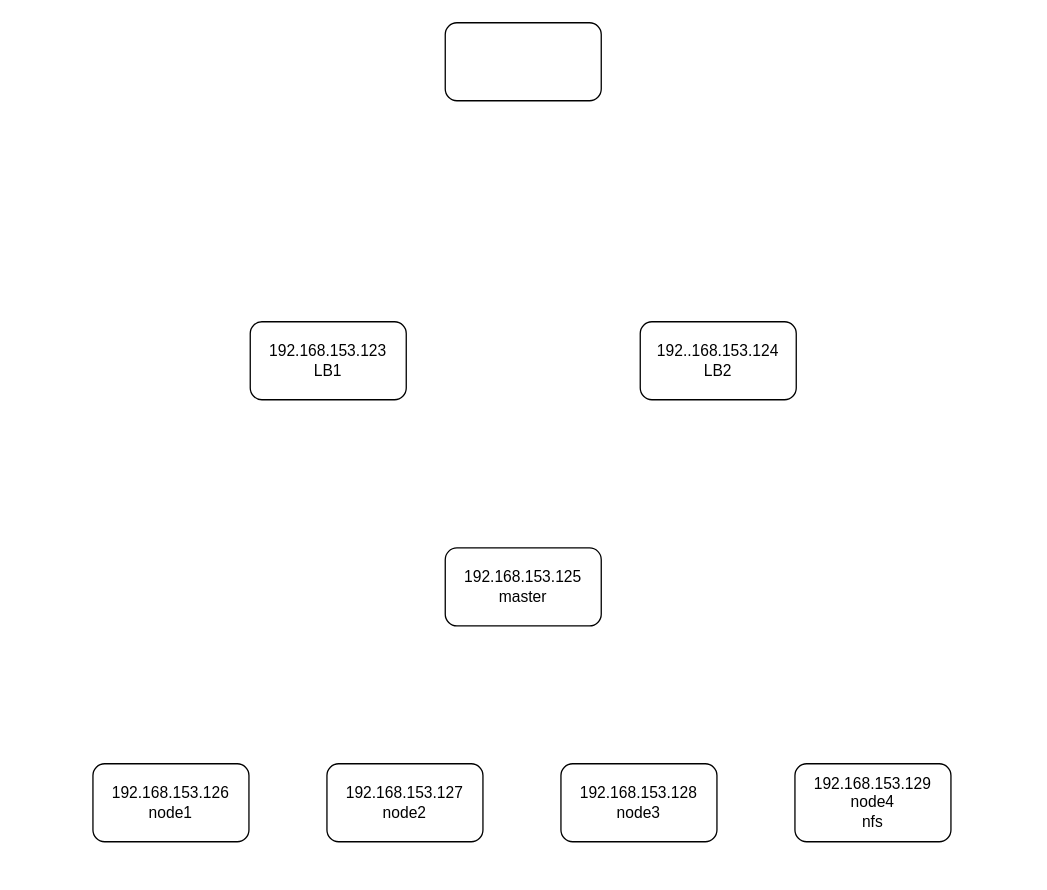
The draw.io diagram k8s+nginx+keepalived.drawio in wupei-w/diagrams, before the edit. Source tidied: cells renumbered, new cells numbered last; positions are measured from the earlier drawing's top-left corner, leaving out a move shared by most shapes. Both pictures are drawn from the tidied source at 130%, with x=0, y=0 at pixel (92, 22).
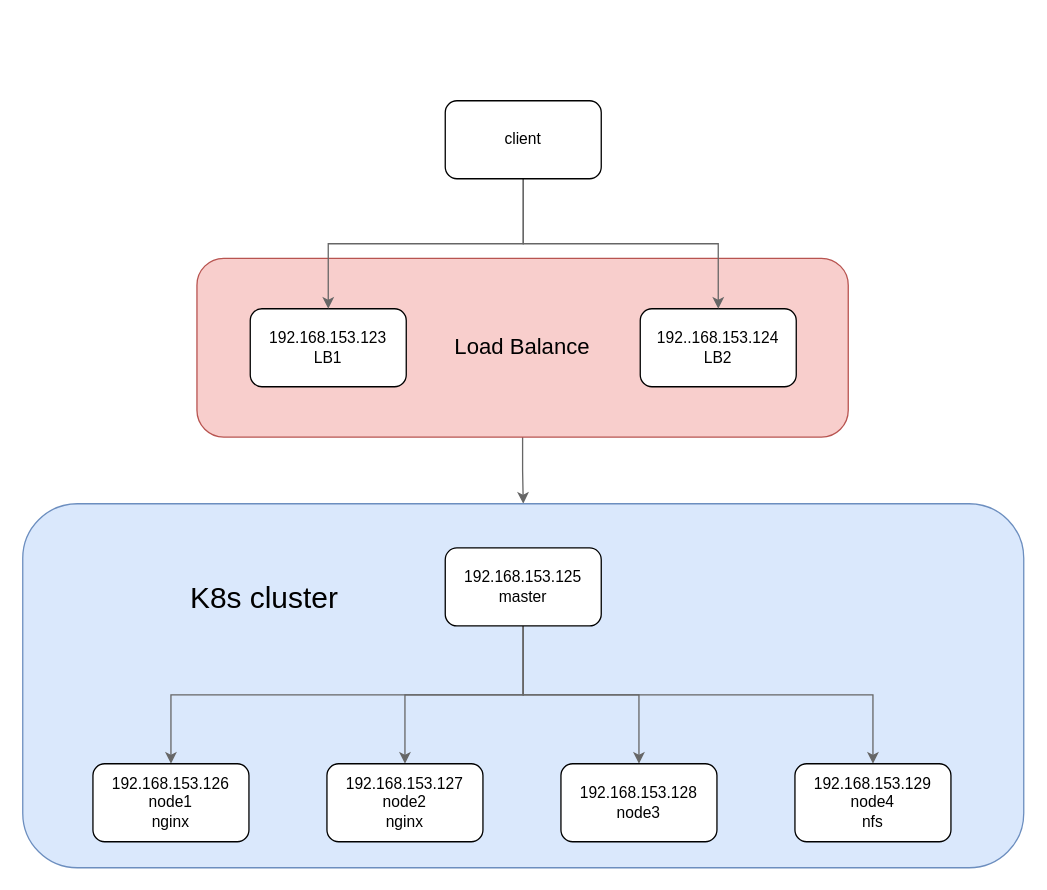
After the change.

The edit, as a diff of the source:
```diff
@@
 <mxGraphModel>
   <root>
     <mxCell id="0" />
     <mxCell id="1" parent="0" />
+    <mxCell id="10" style="edgeStyle=orthogonalEdgeStyle;rounded=0;jettySize=auto;html=1;exitX=0.5;exitY=1;exitDx=0;exitDy=0;entryX=0.5;entryY=0;entryDx=0;entryDy=0;fillColor=#f5f5f5;strokeColor=#666666;" parent="1" edge="1" source="11" target="12">
+      <mxGeometry relative="1" as="geometry" />
+    </mxCell>
+    <mxCell id="11" value="&lt;font style=&quot;font-size: 17px&quot;&gt;Load Balance&lt;/font&gt;" style="rounded=1;whiteSpace=wrap;html=1;fillColor=#f8cecc;strokeColor=#b85450;" parent="1" vertex="1">
+      <mxGeometry x="80" y="181.2" width="501" height="137.5" as="geometry" />
+    </mxCell>
+    <mxCell id="12" style="rounded=1;whiteSpace=wrap;html=1;fillColor=#dae8fc;strokeColor=#6c8ebf;" parent="1" vertex="1">
+      <mxGeometry x="-54" y="370" width="770" height="280" as="geometry" />
+    </mxCell>
+    <mxCell id="13" style="edgeStyle=orthogonalEdgeStyle;rounded=0;jettySize=auto;html=1;exitX=0.5;exitY=1;exitDx=0;exitDy=0;entryX=0.5;entryY=0;entryDx=0;entryDy=0;fillColor=#f5f5f5;strokeColor=#666666;" parent="1" edge="1" source="2" target="3">
+      <mxGeometry relative="1" as="geometry" />
+    </mxCell>
+    <mxCell id="14" style="edgeStyle=orthogonalEdgeStyle;rounded=0;jettySize=auto;html=1;exitX=0.5;exitY=1;exitDx=0;exitDy=0;entryX=0.5;entryY=0;entryDx=0;entryDy=0;fillColor=#f5f5f5;strokeColor=#666666;" parent="1" edge="1" source="2" target="4">
+      <mxGeometry relative="1" as="geometry" />
+    </mxCell>
+    <mxCell id="15" style="edgeStyle=orthogonalEdgeStyle;rounded=0;jettySize=auto;html=1;exitX=0.5;exitY=1;exitDx=0;exitDy=0;entryX=0.5;entryY=0;entryDx=0;entryDy=0;fillColor=#f5f5f5;strokeColor=#666666;" parent="1" edge="1" source="2" target="5">
+      <mxGeometry relative="1" as="geometry" />
+    </mxCell>
+    <mxCell id="16" style="edgeStyle=orthogonalEdgeStyle;rounded=0;jettySize=auto;html=1;exitX=0.5;exitY=1;exitDx=0;exitDy=0;entryX=0.5;entryY=0;entryDx=0;entryDy=0;fillColor=#f5f5f5;strokeColor=#666666;" parent="1" edge="1" source="2" target="6">
+      <mxGeometry relative="1" as="geometry" />
+    </mxCell>
     <mxCell id="2" value="192.168.153.125&lt;br&gt;master" style="rounded=1;whiteSpace=wrap;html=1;" parent="1" vertex="1">
       <mxGeometry x="271" y="404" width="120" height="60" as="geometry" />
     </mxCell>
-    <mxCell id="3" value="192.168.153.126&lt;br&gt;node1" style="rounded=1;whiteSpace=wrap;html=1;" parent="1" vertex="1">
+    <mxCell id="3" value="192.168.153.126&lt;br&gt;node1&lt;br&gt;nginx" style="rounded=1;whiteSpace=wrap;html=1;" parent="1" vertex="1">
       <mxGeometry y="570" width="120" height="60" as="geometry" />
     </mxCell>
-    <mxCell id="4" value="192.168.153.127&lt;br&gt;node2" style="rounded=1;whiteSpace=wrap;html=1;" parent="1" vertex="1">
+    <mxCell id="4" value="192.168.153.127&lt;br&gt;node2&lt;br&gt;nginx" style="rounded=1;whiteSpace=wrap;html=1;" parent="1" vertex="1">
       <mxGeometry x="180" y="570" width="120" height="60" as="geometry" />
     </mxCell>
     <mxCell id="5" value="192.168.153.128&lt;br&gt;node3" style="rounded=1;whiteSpace=wrap;html=1;" parent="1" vertex="1">
       <mxGeometry x="360" y="570" width="120" height="60" as="geometry" />
     </mxCell>
     <mxCell id="6" value="192.168.153.129&lt;br&gt;node4&lt;br&gt;nfs" style="rounded=1;whiteSpace=wrap;html=1;" parent="1" vertex="1">
       <mxGeometry x="540" y="570" width="120" height="60" as="geometry" />
     </mxCell>
     <mxCell id="7" value="192.168.153.123&lt;br&gt;LB1" style="rounded=1;whiteSpace=wrap;html=1;" parent="1" vertex="1">
-      <mxGeometry x="121" y="230" width="120" height="60" as="geometry" />
+      <mxGeometry x="121" y="220" width="120" height="60" as="geometry" />
     </mxCell>
     <mxCell id="8" value="192..168.153.124&lt;br&gt;LB2" style="rounded=1;whiteSpace=wrap;html=1;" parent="1" vertex="1">
-      <mxGeometry x="421" y="230" width="120" height="60" as="geometry" />
+      <mxGeometry x="421" y="220" width="120" height="60" as="geometry" />
     </mxCell>
+    <mxCell id="17" style="edgeStyle=orthogonalEdgeStyle;rounded=0;jettySize=auto;html=1;exitX=0.5;exitY=1;exitDx=0;exitDy=0;entryX=0.5;entryY=0;entryDx=0;entryDy=0;fillColor=#f5f5f5;strokeColor=#666666;" parent="1" edge="1" source="9" target="7">
+      <mxGeometry relative="1" as="geometry" />
+    </mxCell>
+    <mxCell id="18" style="edgeStyle=orthogonalEdgeStyle;rounded=0;jettySize=auto;html=1;exitX=0.5;exitY=1;exitDx=0;exitDy=0;entryX=0.5;entryY=0;entryDx=0;entryDy=0;fillColor=#f5f5f5;strokeColor=#666666;" parent="1" edge="1" source="9" target="8">
+      <mxGeometry relative="1" as="geometry" />
+    </mxCell>
-    <mxCell id="9" style="rounded=1;whiteSpace=wrap;html=1;" parent="1" vertex="1">
-      <mxGeometry x="271" width="120" height="60" as="geometry" />
+    <mxCell id="9" value="client" style="rounded=1;whiteSpace=wrap;html=1;" parent="1" vertex="1">
+      <mxGeometry x="271" y="60" width="120" height="60" as="geometry" />
     </mxCell>
+    <mxCell id="19" value="&lt;font style=&quot;font-size: 23px&quot;&gt;K8s cluster&lt;/font&gt;" style="text;html=1;strokeColor=none;fillColor=none;align=center;verticalAlign=middle;whiteSpace=wrap;rounded=0;" parent="1" vertex="1">
+      <mxGeometry x="47" y="420" width="170" height="45" as="geometry" />
+    </mxCell>
   </root>
 </mxGraphModel>
```
